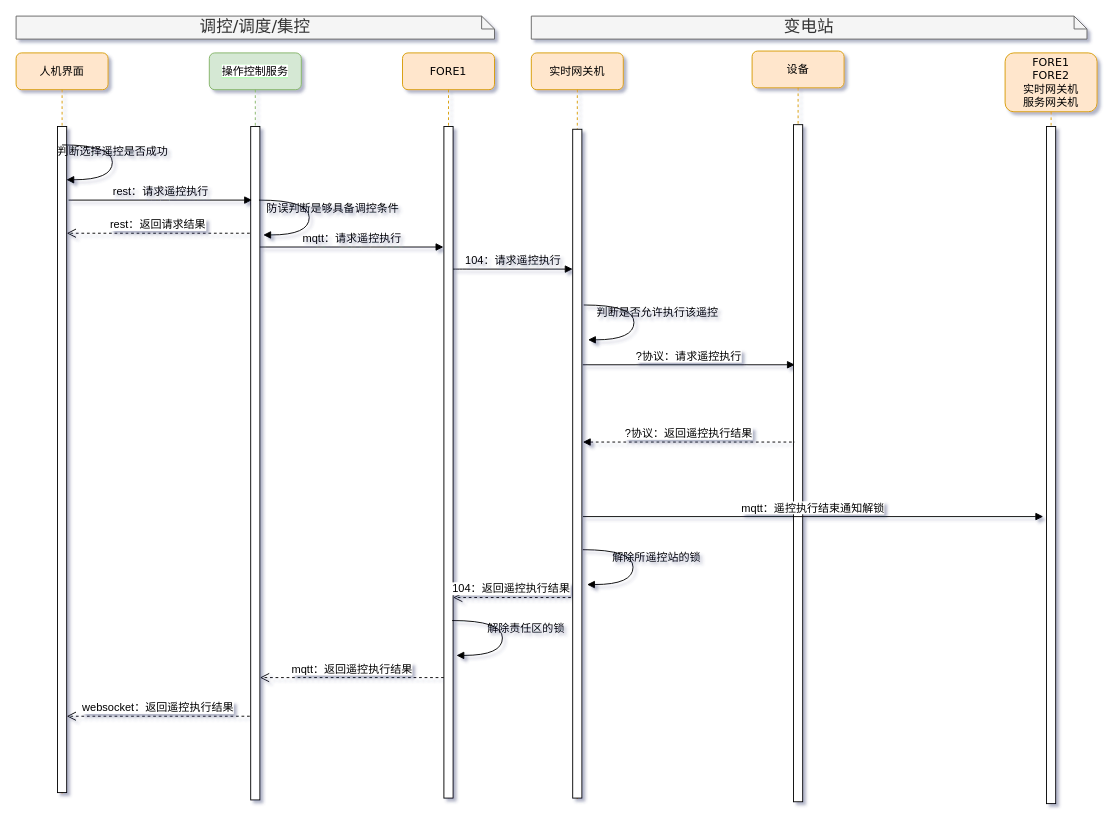
This is page "集控站遥控执行" (3 of 8) of 操作与控制.drawio from qwe995272801/taowenxiang, a draw.io file, before an edit. Source tidied: cells renumbered, new cells numbered last; positions are measured from the earlier drawing's top-left corner, leaving out a move shared by most shapes. Both pictures are drawn from the tidied source at 92%, with x=0, y=0 at pixel (16, 16).
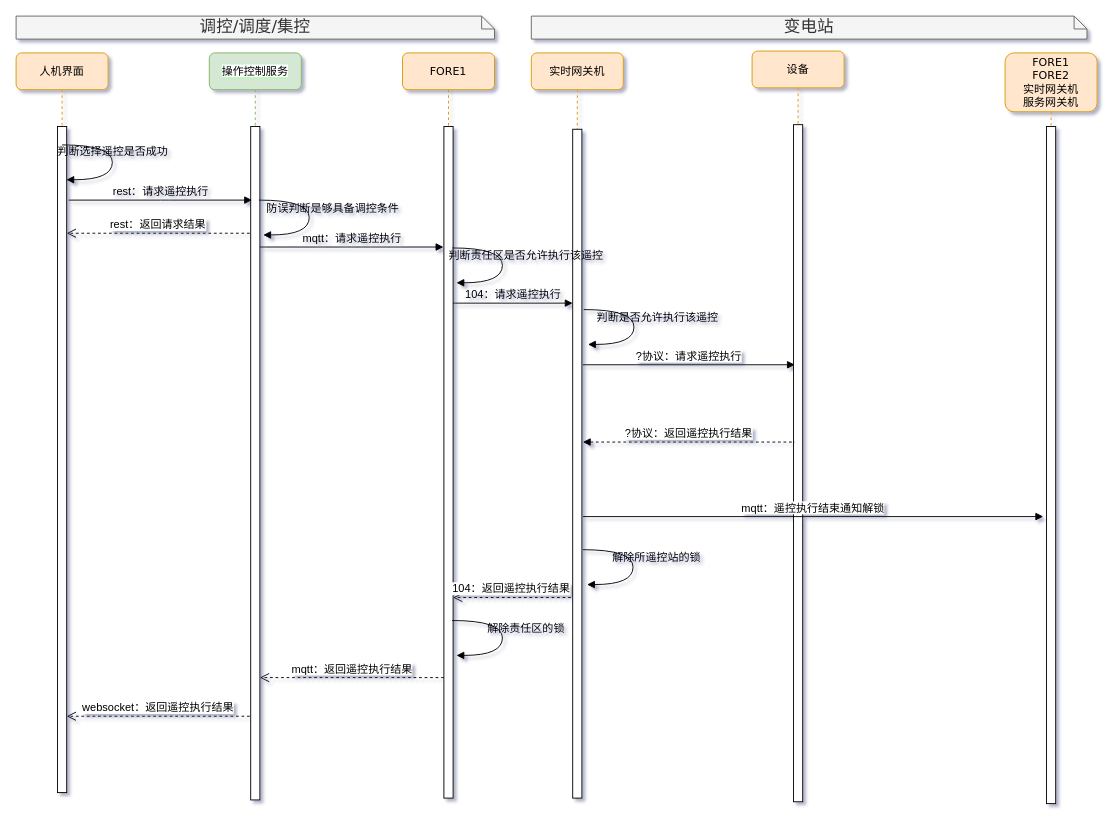
The same page after the edit.

Commit message:
Update 操作与控制.drawio

Diff of the diagram source:
```diff
@@
     <mxCell id="11" value="104：请求遥控执行" style="html=1;verticalAlign=bottom;endArrow=block;labelBackgroundColor=none;fontFamily=Helvetica;fontSize=12;edgeStyle=elbowEdgeStyle;elbow=vertical;" parent="1" edge="1">
       <mxGeometry relative="1" as="geometry">
-        <mxPoint x="475" y="275" as="sourcePoint" />
-        <mxPoint x="605" y="275" as="targetPoint" />
+        <mxPoint x="475" y="312" as="sourcePoint" />
+        <mxPoint x="605" y="312" as="targetPoint" />
         <Array as="points">
-          <mxPoint x="480" y="275" />
+          <mxPoint x="480" y="312" />
         </Array>
       </mxGeometry>
     </mxCell>
@@
     <mxCell id="20" value="判断是否允许执行该遥控" style="html=1;verticalAlign=bottom;endArrow=block;labelBackgroundColor=none;fontFamily=Verdana;fontSize=12;elbow=vertical;edgeStyle=orthogonalEdgeStyle;curved=1;entryX=1;entryY=0.286;entryPerimeter=0;exitX=1.038;exitY=0.345;exitPerimeter=0;" parent="1" edge="1">
       <mxGeometry x="0.02" y="25" relative="1" as="geometry">
-        <mxPoint x="617" y="314" as="sourcePoint" />
-        <mxPoint x="621.6" y="351.9" as="targetPoint" />
+        <mxPoint x="617" y="319" as="sourcePoint" />
+        <mxPoint x="621.6" y="356.9" as="targetPoint" />
         <Array as="points">
-          <mxPoint x="671.6" y="313.9" />
-          <mxPoint x="671.6" y="351.9" />
+          <mxPoint x="671.6" y="318.9" />
+          <mxPoint x="671.6" y="356.9" />
         </Array>
       </mxGeometry>
     </mxCell>
@@
+    <mxCell id="31" value="判断责任区是否允许执行该遥控" style="html=1;verticalAlign=bottom;endArrow=block;labelBackgroundColor=none;fontFamily=Verdana;fontSize=12;elbow=vertical;edgeStyle=orthogonalEdgeStyle;curved=1;entryX=1;entryY=0.286;entryPerimeter=0;exitX=1.038;exitY=0.345;exitPerimeter=0;" parent="1" edge="1">
+      <mxGeometry x="0.02" y="25" relative="1" as="geometry">
+        <mxPoint x="474" y="252" as="sourcePoint" />
+        <mxPoint x="478.6" y="289.9" as="targetPoint" />
+        <Array as="points">
+          <mxPoint x="528.6" y="251.9" />
+          <mxPoint x="528.6" y="289.9" />
+        </Array>
+      </mxGeometry>
+    </mxCell>
```
